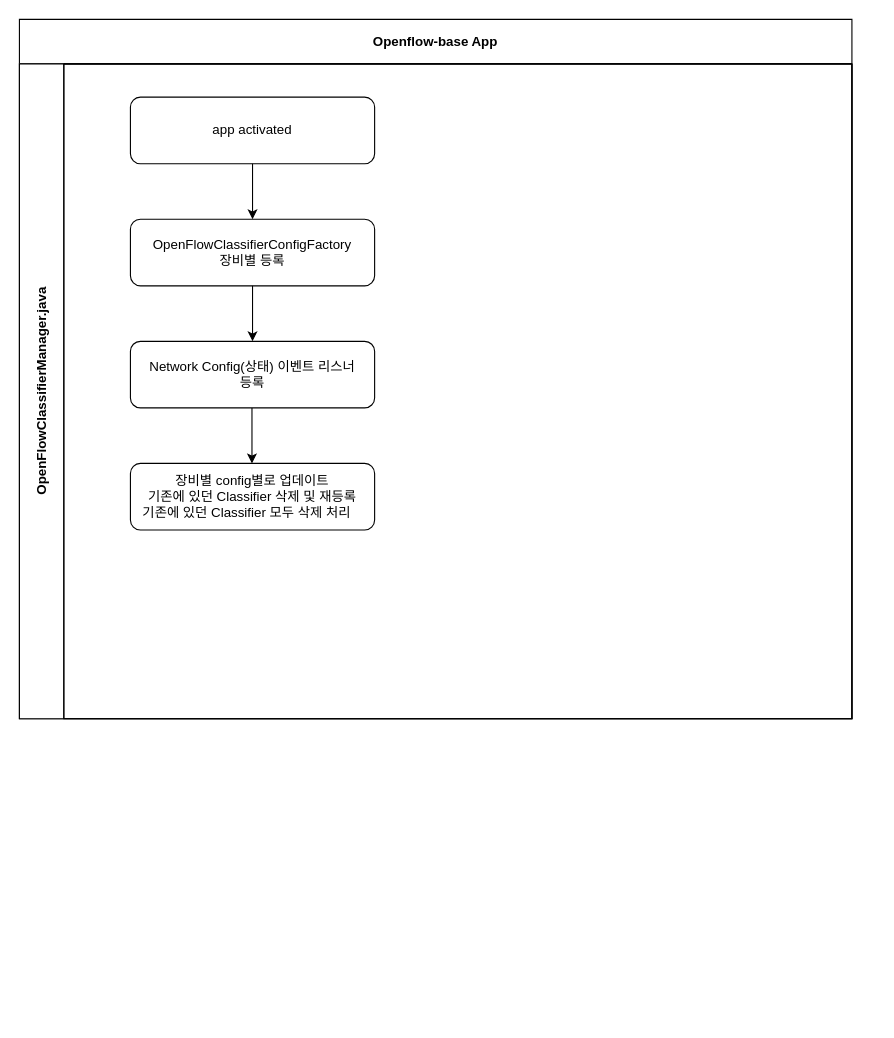
This is page "openflow-base" (3 of 3) of ONOS OpenFlow initial.drawio from gameLoading/blank__-, a draw.io file, before an edit. Source tidied: cells renumbered, new cells numbered last; positions are measured from the earlier drawing's top-left corner, leaving out a move shared by most shapes. Both pictures are drawn from the tidied source at 111%, with x=0, y=0 at pixel (19, 19).
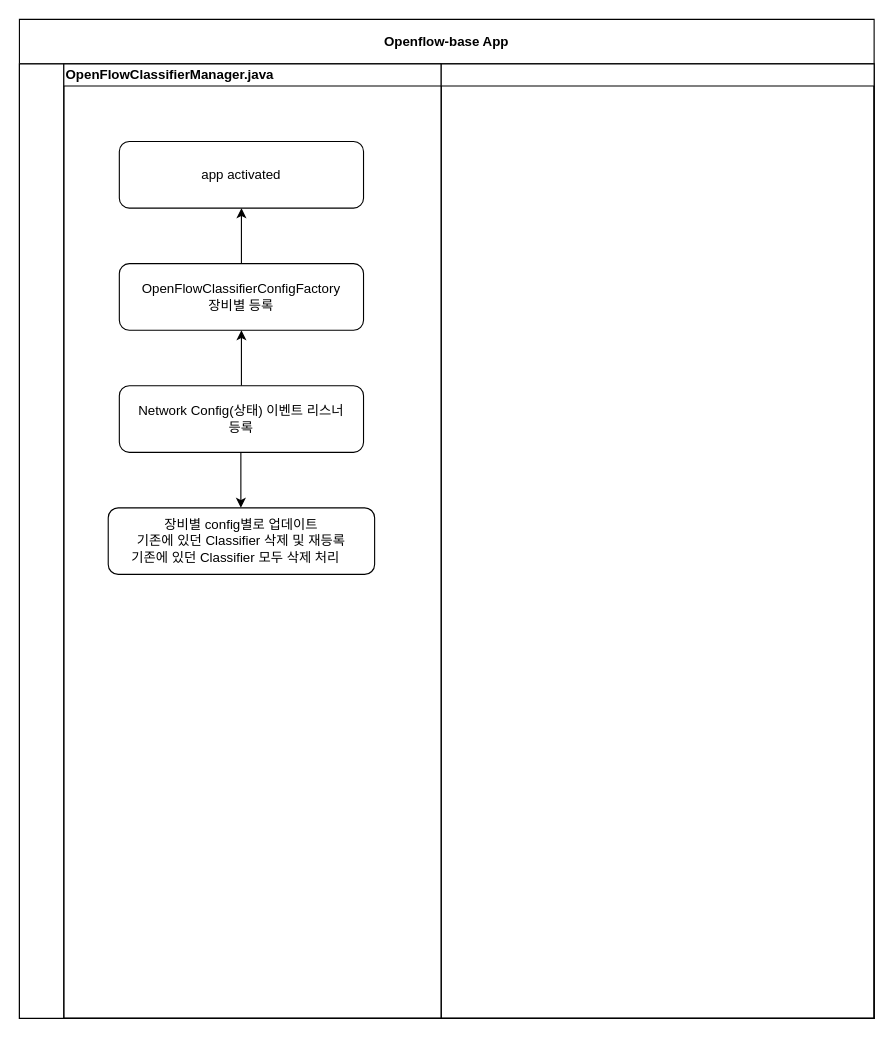
The same diagram, later.

What changed in the source:
```diff
@@
 <mxGraphModel>
   <root>
     <mxCell id="0" />
     <mxCell id="1" parent="0" />
     <mxCell id="2" value="Openflow-base App" style="shape=table;childLayout=tableLayout;rowLines=0;columnLines=0;startSize=40;html=1;whiteSpace=wrap;fontStyle=1;align=center;rounded=0;" parent="1" vertex="1">
-      <mxGeometry width="750" height="630" as="geometry" />
+      <mxGeometry width="770" height="900" as="geometry" />
     </mxCell>
+    <mxCell id="12" style="swimlane;horizontal=0;startSize=40;html=1;whiteSpace=wrap;" parent="2" vertex="1">
+      <mxGeometry y="40" width="770" height="860" as="geometry" />
+    </mxCell>
-    <mxCell id="3" value="OpenFlowClassifierManager.java" style="swimlane;horizontal=0;startSize=40;html=1;whiteSpace=wrap;" parent="2" vertex="1">
-      <mxGeometry y="40" width="750" height="590" as="geometry" />
+    <mxCell id="3" value="&#10;&#10;&lt;span style=&quot;color: rgb(0, 0, 0); font-family: helvetica; font-size: 12px; font-style: normal; font-weight: 700; letter-spacing: normal; text-align: center; text-indent: 0px; text-transform: none; word-spacing: 0px; background-color: rgb(255, 255, 255); display: inline; float: none;&quot;&gt;OpenFlowClassifierManager.java&lt;/span&gt;&#10;&#10;" style="swimlane;startSize=20;html=1;whiteSpace=wrap;align=left;" parent="12" vertex="1">
+      <mxGeometry x="40" width="340" height="860" as="geometry" />
     </mxCell>
-    <mxCell id="4" style="swimlane;startSize=0;html=1;whiteSpace=wrap;align=left;" parent="3" vertex="1">
-      <mxGeometry x="40" width="710" height="590" as="geometry" />
-    </mxCell>
-    <mxCell id="5" value="app activated" style="rounded=1;whiteSpace=wrap;html=1;" parent="4" vertex="1">
-      <mxGeometry x="60" y="30" width="220" height="60" as="geometry" />
+    <mxCell id="5" value="app activated" style="rounded=1;whiteSpace=wrap;html=1;" parent="3" vertex="1">
+      <mxGeometry x="50" y="70" width="220" height="60" as="geometry" />
     </mxCell>
+    <mxCell id="13" style="edgeStyle=orthogonalEdgeStyle;rounded=0;jettySize=auto;html=1;exitX=0.5;exitY=0;exitDx=0;exitDy=0;entryX=0.5;entryY=1;entryDx=0;entryDy=0;" parent="3" edge="1" source="6" target="5">
+      <mxGeometry relative="1" as="geometry" />
+    </mxCell>
-    <mxCell id="6" value="OpenFlowClassifierConfigFactory &lt;br&gt;장비별 등록" style="rounded=1;whiteSpace=wrap;html=1;" parent="4" vertex="1">
-      <mxGeometry x="60" y="140" width="220" height="60" as="geometry" />
+    <mxCell id="6" value="OpenFlowClassifierConfigFactory &lt;br&gt;장비별 등록" style="rounded=1;whiteSpace=wrap;html=1;" parent="3" vertex="1">
+      <mxGeometry x="50" y="180" width="220" height="60" as="geometry" />
     </mxCell>
+    <mxCell id="14" style="edgeStyle=orthogonalEdgeStyle;rounded=0;jettySize=auto;html=1;exitX=0.5;exitY=0;exitDx=0;exitDy=0;entryX=0.5;entryY=1;entryDx=0;entryDy=0;" parent="3" edge="1" source="7" target="6">
+      <mxGeometry relative="1" as="geometry" />
+    </mxCell>
-    <mxCell id="7" value="Network Config(상태) 이벤트 리스너&lt;br&gt;등록" style="rounded=1;whiteSpace=wrap;html=1;" parent="4" vertex="1">
-      <mxGeometry x="60" y="250" width="220" height="60" as="geometry" />
+    <mxCell id="7" value="Network Config(상태) 이벤트 리스너&lt;br&gt;등록" style="rounded=1;whiteSpace=wrap;html=1;" parent="3" vertex="1">
+      <mxGeometry x="50" y="290" width="220" height="60" as="geometry" />
     </mxCell>
-    <mxCell id="8" style="endArrow=classic;html=1;exitX=0.5;exitY=1;exitDx=0;exitDy=0;" parent="4" edge="1">
-      <mxGeometry relative="1" as="geometry">
-        <mxPoint x="169.5" y="310" as="sourcePoint" />
-        <mxPoint x="169.5" y="360" as="targetPoint" />
-      </mxGeometry>
-    </mxCell>
+    <mxCell id="15" style="endArrow=classic;html=1;exitX=0.5;exitY=1;exitDx=0;exitDy=0;" parent="3" edge="1">
+      <mxGeometry relative="1" as="geometry">
+        <mxPoint x="159.5" y="350" as="sourcePoint" />
+        <mxPoint x="159.5" y="400" as="targetPoint" />
+      </mxGeometry>
+    </mxCell>
-    <mxCell id="9" value="장비별 config별로 업데이트&lt;br&gt;기존에 있던 Classifier 삭제 및 재등록&lt;br&gt;기존에 있던 Classifier 모두 삭제 처리&amp;nbsp;&amp;nbsp;&amp;nbsp;" style="rounded=1;whiteSpace=wrap;html=1;" parent="4" vertex="1">
-      <mxGeometry x="60" y="360" width="220" height="60" as="geometry" />
+    <mxCell id="9" value="장비별 config별로 업데이트&lt;br&gt;기존에 있던 Classifier 삭제 및 재등록&lt;br&gt;기존에 있던 Classifier 모두 삭제 처리&amp;nbsp;&amp;nbsp;&amp;nbsp;" style="rounded=1;whiteSpace=wrap;html=1;" parent="3" vertex="1">
+      <mxGeometry x="40" y="400" width="240" height="60" as="geometry" />
     </mxCell>
-    <mxCell id="10" style="endArrow=classic;html=1;exitX=0.5;exitY=1;exitDx=0;exitDy=0;" parent="1" edge="1" source="5">
-      <mxGeometry relative="1" as="geometry">
-        <mxPoint x="210" y="180" as="targetPoint" />
-      </mxGeometry>
-    </mxCell>
-    <mxCell id="11" style="endArrow=classic;html=1;exitX=0.5;exitY=1;exitDx=0;exitDy=0;" parent="1" edge="1" source="6">
-      <mxGeometry relative="1" as="geometry">
-        <mxPoint x="210" y="290" as="targetPoint" />
-      </mxGeometry>
-    </mxCell>
+    <mxCell id="16" style="swimlane;startSize=20;html=1;whiteSpace=wrap;align=left;" parent="12" vertex="1">
+      <mxGeometry x="380" width="390" height="860" as="geometry" />
+    </mxCell>
   </root>
 </mxGraphModel>
```
